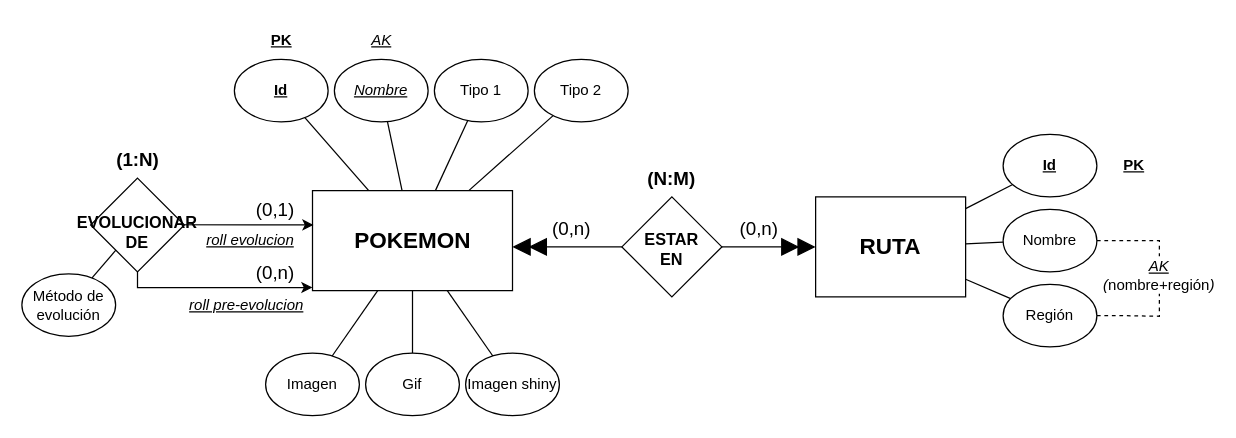
Before: media/Diagrama ER.drawio in yelkov/pokeBASE, a draw.io diagram. Source tidied: cells renumbered, new cells numbered last; positions are measured from the earlier drawing's top-left corner, leaving out a move shared by most shapes. Both pictures are drawn from the tidied source at 125%, with x=0, y=0 at pixel (21, 21).
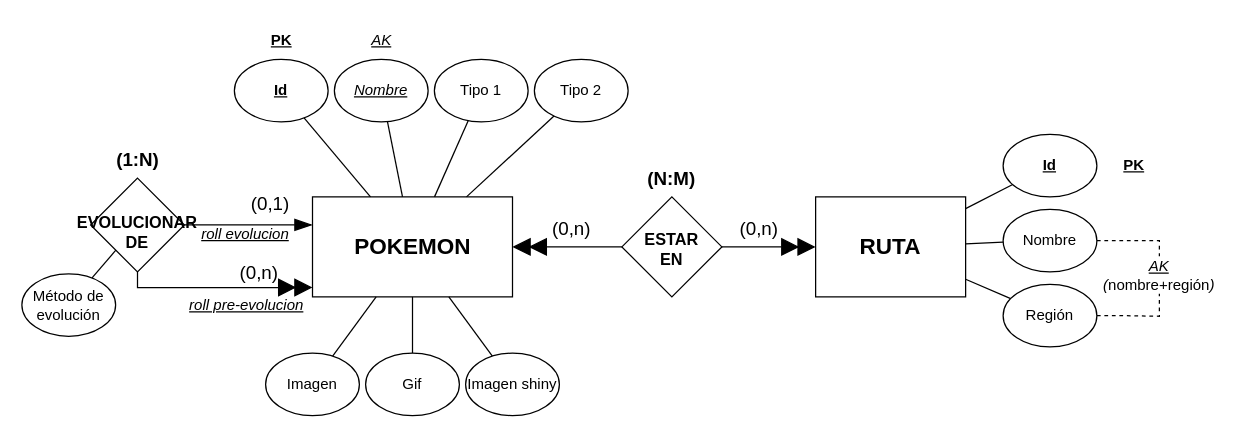
Above is the later version.

Unchanged cells that the change refers to:
```xml
<mxCell id="39" value="&lt;span style=&quot;font-size: 13px;&quot;&gt;&lt;b&gt;EVOLUCIONAR&lt;/b&gt;&lt;/span&gt;&lt;div&gt;&lt;span style=&quot;font-size: 13px;&quot;&gt;&lt;b&gt;DE&lt;/b&gt;&lt;/span&gt;&lt;/div&gt;" style="rhombus;whiteSpace=wrap;html=1;verticalAlign=middle;spacingBottom=-11;" parent="1" vertex="1">
  <mxGeometry x="55" y="125" width="75" height="75" as="geometry" />
</mxCell>
```

The edit, as a diff of the source:
```diff
@@
     <mxCell id="2" value="&lt;font style=&quot;font-size: 18px;&quot;&gt;&lt;b&gt;POKEMON&lt;/b&gt;&lt;/font&gt;" style="rounded=0;whiteSpace=wrap;html=1;" parent="1" vertex="1">
-      <mxGeometry x="232.5" y="135" width="160" height="80" as="geometry" />
+      <mxGeometry x="232.5" y="140" width="160" height="80" as="geometry" />
     </mxCell>
@@
-    <mxCell id="37" style="edgeStyle=orthogonalEdgeStyle;rounded=0;jettySize=auto;html=1;entryX=0.005;entryY=0.343;entryDx=0;entryDy=0;entryPerimeter=0;" parent="1" edge="1" target="2">
+    <mxCell id="37" style="edgeStyle=orthogonalEdgeStyle;rounded=0;orthogonalLoop=1;jettySize=auto;html=1;entryX=0.005;entryY=0.343;entryDx=0;entryDy=0;entryPerimeter=0;strokeColor=default;align=center;verticalAlign=middle;fontFamily=Helvetica;fontSize=11;fontColor=default;labelBackgroundColor=default;endArrow=blockThin;endFill=1;endSize=12;" parent="1" edge="1">
       <mxGeometry relative="1" as="geometry">
-        <mxPoint x="124.7" y="162.2" as="sourcePoint" />
+        <mxPoint x="123.9" y="157.2" as="sourcePoint" />
+        <mxPoint x="232.5" y="162.4" as="targetPoint" />
         <Array as="points">
-          <mxPoint x="110" y="162.5" />
+          <mxPoint x="109.2" y="157.5" />
         </Array>
       </mxGeometry>
     </mxCell>
-    <mxCell id="38" style="edgeStyle=orthogonalEdgeStyle;rounded=0;jettySize=auto;html=1;" parent="1" edge="1" source="39" target="2">
+    <mxCell id="38" style="edgeStyle=orthogonalEdgeStyle;rounded=0;jettySize=auto;html=1;strokeColor=default;align=center;verticalAlign=middle;fontFamily=Helvetica;fontSize=11;fontColor=default;labelBackgroundColor=default;endArrow=doubleBlock;endFill=1;endSize=12;" parent="1" edge="1" source="39" target="2">
       <mxGeometry relative="1" as="geometry">
         <Array as="points">
           <mxPoint x="93" y="212.5" />
         </Array>
       </mxGeometry>
     </mxCell>
@@
     <mxCell id="41" value="&lt;span style=&quot;font-weight: normal;&quot;&gt;(0,1)&lt;/span&gt;" style="text;html=1;align=center;verticalAlign=middle;whiteSpace=wrap;rounded=0;fontStyle=1;fontSize=15;" parent="1" vertex="1">
-      <mxGeometry x="172.5" y="135" width="60" height="30" as="geometry" />
+      <mxGeometry x="169.2" y="130" width="60" height="30" as="geometry" />
     </mxCell>
     <mxCell id="42" value="&lt;u style=&quot;&quot;&gt;&lt;i style=&quot;&quot;&gt;roll evolucion&lt;/i&gt;&lt;/u&gt;" style="text;html=1;align=center;verticalAlign=middle;whiteSpace=wrap;rounded=0;" parent="1" vertex="1">
-      <mxGeometry x="132.5" y="160" width="100" height="30" as="geometry" />
+      <mxGeometry x="129.2" y="165" width="100" height="10" as="geometry" />
     </mxCell>
@@
     <mxCell id="44" value="&lt;span style=&quot;font-weight: normal;&quot;&gt;(0,n)&lt;/span&gt;" style="text;html=1;align=center;verticalAlign=middle;whiteSpace=wrap;rounded=0;fontStyle=1;fontSize=15;" parent="1" vertex="1">
-      <mxGeometry x="172.5" y="185" width="60" height="30" as="geometry" />
+      <mxGeometry x="160" y="185" width="60" height="30" as="geometry" />
     </mxCell>
```
